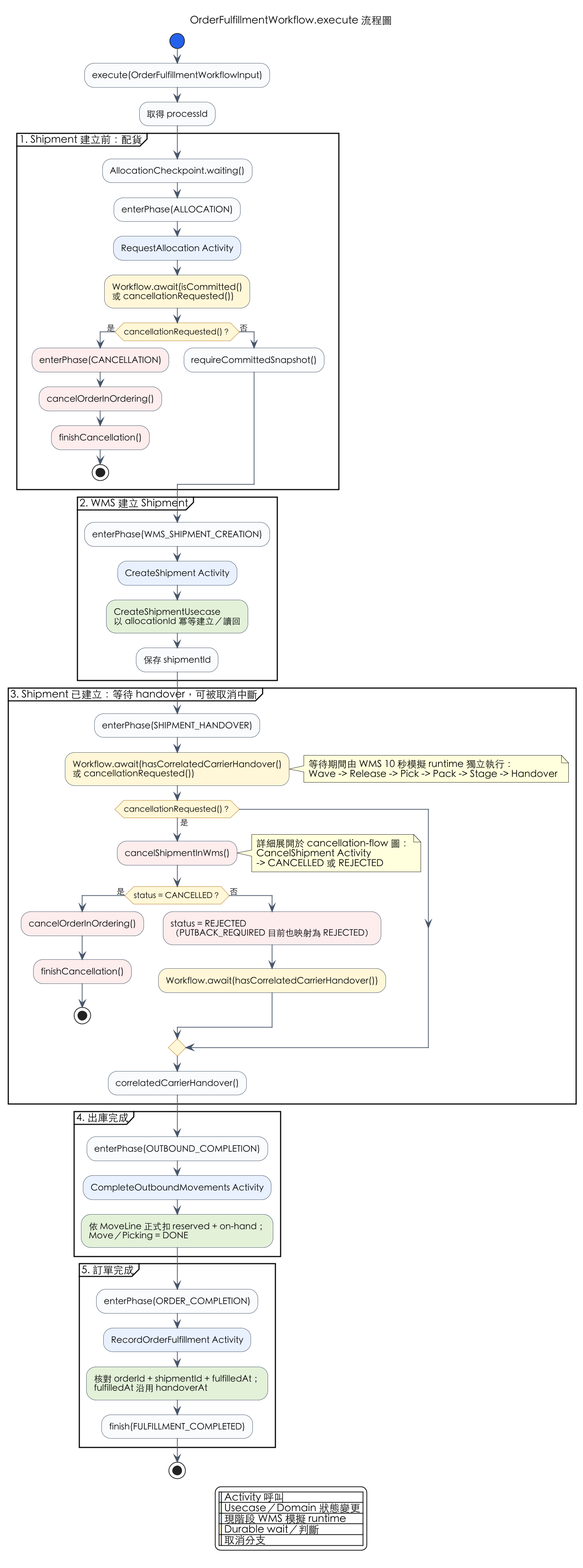
Earlier version of the PlantUML export docs/order-fulfillment-process-execute-flow.png (zhjiangexe/order-allocation-arch-demo).
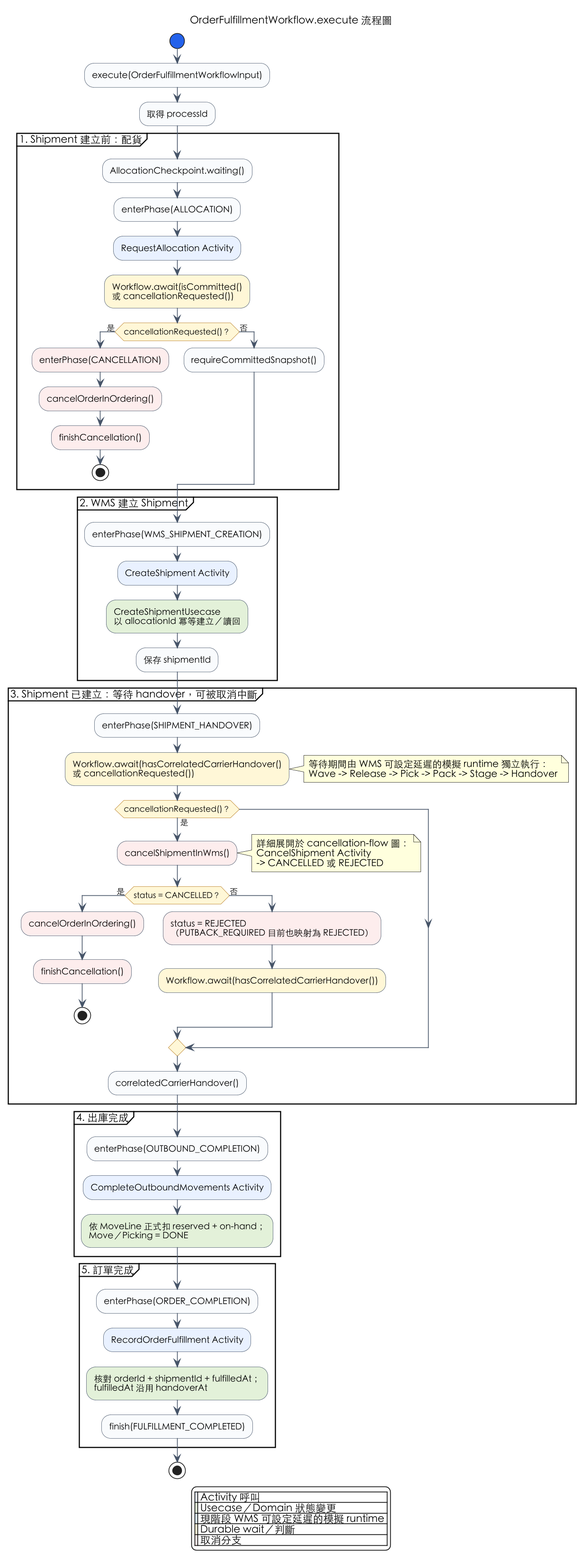
The same diagram one commit later.

Change to the diagram source:
```diff
@@ -45,7 +45,7 @@
   :enterPhase(SHIPMENT_HANDOVER);
   :Workflow.await(hasCorrelatedCarrierHandover()\n或 cancellationRequested()); <<#FFF7D6>>
   note right
-    等待期間由 WMS 10 秒模擬 runtime 獨立執行：
+    等待期間由 WMS 可設定延遲的模擬 runtime 獨立執行：
     Wave -> Release -> Pick -> Pack -> Stage -> Handover
   end note
 
@@ -90,7 +90,7 @@
 legend bottom
   |<#E8F1FF>| Activity 呼叫 |
   |<#E2F0D9>| Usecase／Domain 狀態變更 |
-  |<#DCEEFF>| 現階段 WMS 模擬 runtime |
+  |<#DCEEFF>| 現階段 WMS 可設定延遲的模擬 runtime |
   |<#FFF7D6>| Durable wait／判斷 |
   |<#FDECEC>| 取消分支 |
 endlegend
```
